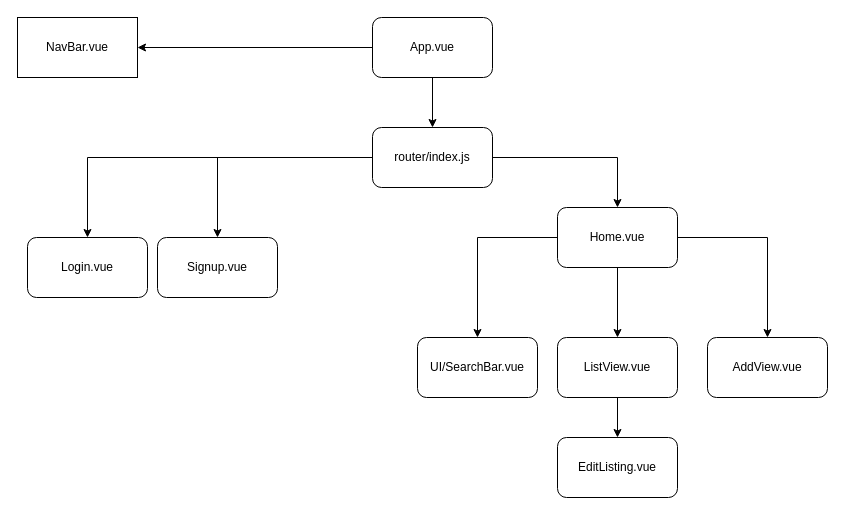
The draw.io diagram public/Untitled Diagram.drawio in salbihmustafa/inventory-tracker, before the edit. Source tidied: cells renumbered, new cells numbered last; positions are measured from the earlier drawing's top-left corner, leaving out a move shared by most shapes. Both pictures are drawn from the tidied source at 100%, with x=0, y=0 at pixel (17, 17).
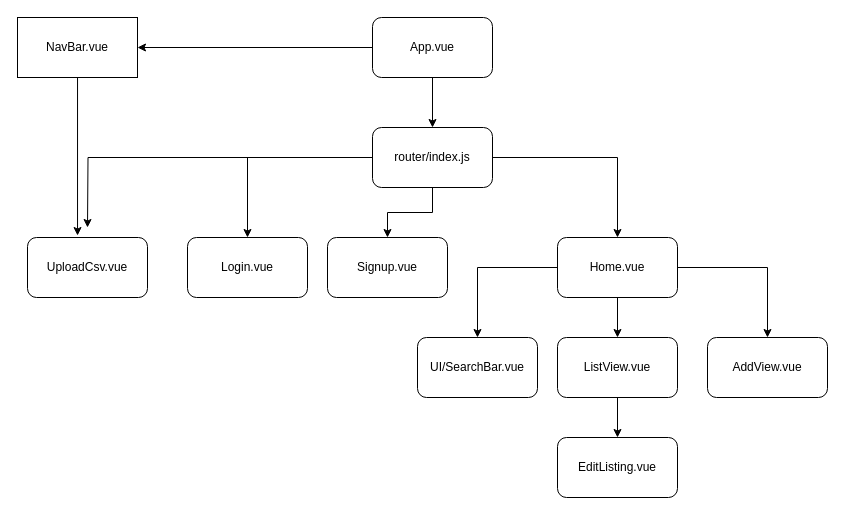
The same page after the edit.

The change refers to these unchanged cells:
```xml
<mxCell id="5" value="NavBar.vue" style="rounded=0;whiteSpace=wrap;html=1;" parent="1" vertex="1">
  <mxGeometry width="120" height="60" as="geometry" />
</mxCell>
<mxCell id="9" value="router/index.js" style="rounded=1;whiteSpace=wrap;html=1;" parent="1" vertex="1">
  <mxGeometry x="355" y="110" width="120" height="60" as="geometry" />
</mxCell>
```

Change to the diagram source:
```diff
@@
+    <mxCell id="21" style="edgeStyle=orthogonalEdgeStyle;rounded=0;jettySize=auto;html=1;entryX=0.417;entryY=-0.033;entryDx=0;entryDy=0;entryPerimeter=0;" parent="1" edge="1" source="5" target="23">
+      <mxGeometry relative="1" as="geometry" />
+    </mxCell>
@@
+    <mxCell id="22" style="edgeStyle=orthogonalEdgeStyle;rounded=0;jettySize=auto;html=1;" parent="1" edge="1" source="9">
+      <mxGeometry relative="1" as="geometry">
+        <mxPoint x="70" y="210" as="targetPoint" />
+      </mxGeometry>
+    </mxCell>
@@
     <mxCell id="10" value="Login.vue" style="rounded=1;whiteSpace=wrap;html=1;" parent="1" vertex="1">
-      <mxGeometry x="10" y="220" width="120" height="60" as="geometry" />
+      <mxGeometry x="170" y="220" width="120" height="60" as="geometry" />
     </mxCell>
     <mxCell id="11" value="Signup.vue" style="rounded=1;whiteSpace=wrap;html=1;" parent="1" vertex="1">
-      <mxGeometry x="140" y="220" width="120" height="60" as="geometry" />
+      <mxGeometry x="310" y="220" width="120" height="60" as="geometry" />
     </mxCell>
@@
     <mxCell id="15" value="Home.vue" style="rounded=1;whiteSpace=wrap;html=1;" parent="1" vertex="1">
-      <mxGeometry x="540" y="190" width="120" height="60" as="geometry" />
+      <mxGeometry x="540" y="220" width="120" height="60" as="geometry" />
     </mxCell>
@@
+    <mxCell id="23" value="UploadCsv.vue" style="rounded=1;whiteSpace=wrap;html=1;" parent="1" vertex="1">
+      <mxGeometry x="10" y="220" width="120" height="60" as="geometry" />
+    </mxCell>
```
